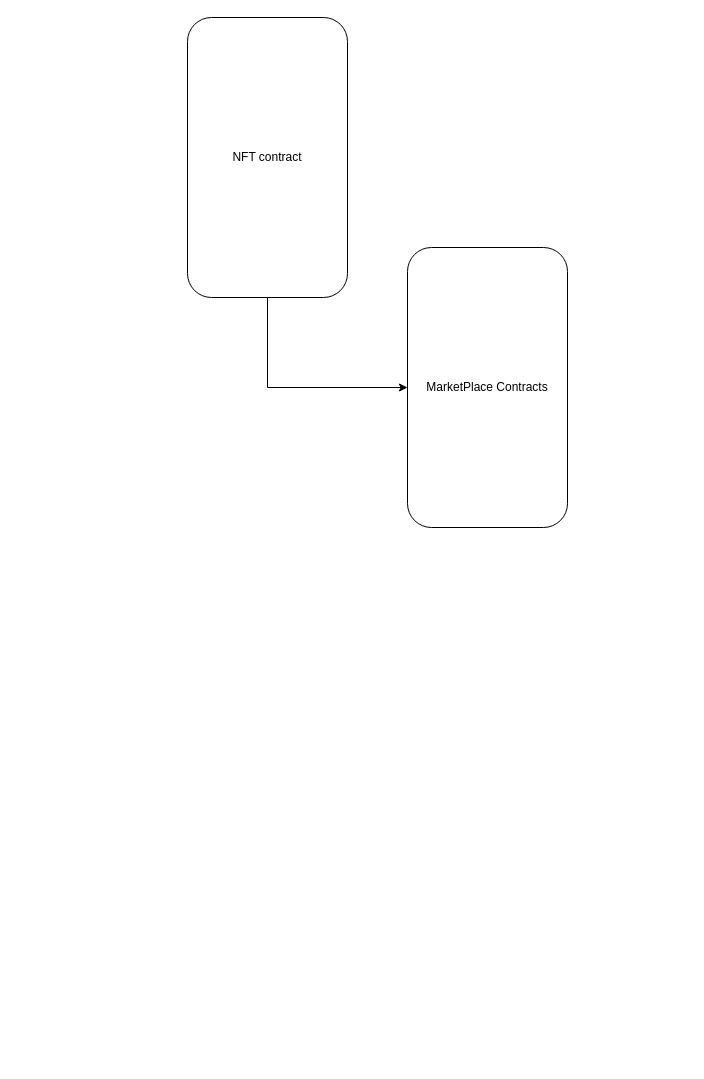
Before: page "Contracts" (3 of 4) of Project.drawio in ChanX21/Project-Diagrams, a draw.io diagram. Source tidied: cells renumbered, new cells numbered last; positions are measured from the earlier drawing's top-left corner, leaving out a move shared by most shapes. Both pictures are drawn from the tidied source at 100%, with x=0, y=0 at pixel (187, 17).
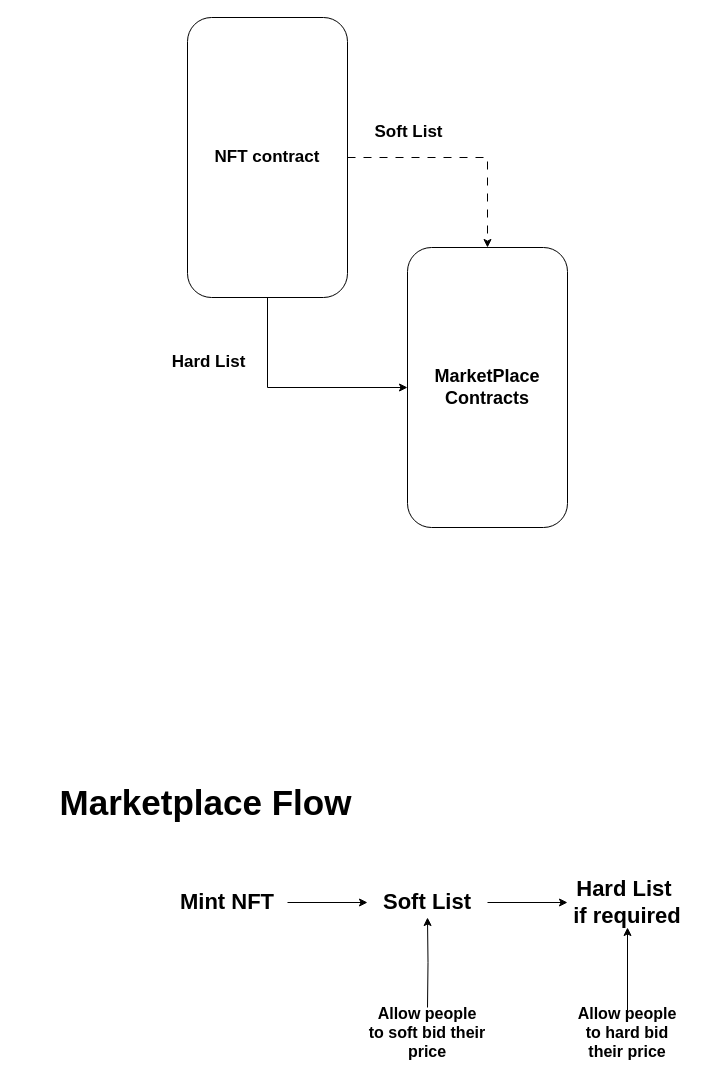
After the change.

What changed in the source:
```diff
@@
 <mxGraphModel>
   <root>
     <mxCell id="0" />
     <mxCell id="1" parent="0" />
-    <mxCell id="2" value="MarketPlace Contracts" style="rounded=1;whiteSpace=wrap;html=1;" parent="1" vertex="1">
+    <mxCell id="2" value="&lt;b&gt;&lt;font style=&quot;font-size: 18px;&quot;&gt;MarketPlace Contracts&lt;/font&gt;&lt;/b&gt;" style="rounded=1;whiteSpace=wrap;html=1;" parent="1" vertex="1">
       <mxGeometry x="220" y="230" width="160" height="280" as="geometry" />
     </mxCell>
     <mxCell id="3" style="edgeStyle=orthogonalEdgeStyle;rounded=0;jettySize=auto;html=1;exitX=0.5;exitY=1;exitDx=0;exitDy=0;" parent="1" edge="1" source="4" target="2">
       <mxGeometry relative="1" as="geometry" />
     </mxCell>
+    <mxCell id="5" style="edgeStyle=orthogonalEdgeStyle;rounded=0;jettySize=auto;html=1;exitX=1;exitY=0.5;exitDx=0;exitDy=0;entryX=0.5;entryY=0;entryDx=0;entryDy=0;dashed=1;dashPattern=8 8;" parent="1" edge="1" source="4" target="2">
+      <mxGeometry relative="1" as="geometry" />
+    </mxCell>
-    <mxCell id="4" value="NFT contract" style="rounded=1;whiteSpace=wrap;html=1;" parent="1" vertex="1">
+    <mxCell id="4" value="&lt;b&gt;&lt;font style=&quot;font-size: 17px;&quot;&gt;NFT contract&lt;/font&gt;&lt;/b&gt;" style="rounded=1;whiteSpace=wrap;html=1;" parent="1" vertex="1">
       <mxGeometry width="160" height="280" as="geometry" />
     </mxCell>
+    <mxCell id="6" value="Marketplace Flow" style="text;html=1;align=center;verticalAlign=middle;whiteSpace=wrap;rounded=0;fontStyle=1;fontSize=35;" parent="1" vertex="1">
+      <mxGeometry x="-170" y="770" width="377" height="30" as="geometry" />
+    </mxCell>
+    <mxCell id="7" style="edgeStyle=orthogonalEdgeStyle;rounded=0;jettySize=auto;html=1;" parent="1" edge="1" source="8" target="10">
+      <mxGeometry relative="1" as="geometry" />
+    </mxCell>
+    <mxCell id="8" value="&lt;font style=&quot;font-size: 22px;&quot;&gt;Mint NFT&lt;/font&gt;" style="text;html=1;align=center;verticalAlign=middle;whiteSpace=wrap;rounded=0;fontStyle=1;" parent="1" vertex="1">
+      <mxGeometry x="-20" y="870" width="120" height="30" as="geometry" />
+    </mxCell>
+    <mxCell id="9" style="edgeStyle=orthogonalEdgeStyle;rounded=0;jettySize=auto;html=1;" parent="1" edge="1" source="10" target="11">
+      <mxGeometry relative="1" as="geometry" />
+    </mxCell>
+    <mxCell id="10" value="&lt;font style=&quot;font-size: 22px;&quot;&gt;Soft List&lt;/font&gt;" style="text;html=1;align=center;verticalAlign=middle;whiteSpace=wrap;rounded=0;fontStyle=1;" parent="1" vertex="1">
+      <mxGeometry x="180" y="870" width="120" height="30" as="geometry" />
+    </mxCell>
+    <mxCell id="11" value="&lt;font style=&quot;font-size: 22px;&quot;&gt;Hard List&amp;nbsp;&lt;/font&gt;&lt;div&gt;&lt;font style=&quot;font-size: 22px;&quot;&gt;if required&lt;/font&gt;&lt;/div&gt;" style="text;html=1;align=center;verticalAlign=middle;whiteSpace=wrap;rounded=0;fontStyle=1;" parent="1" vertex="1">
+      <mxGeometry x="380" y="870" width="120" height="30" as="geometry" />
+    </mxCell>
+    <mxCell id="12" value="&lt;span&gt;Soft List&lt;/span&gt;" style="text;html=1;align=center;verticalAlign=middle;whiteSpace=wrap;rounded=0;fontSize=17;fontStyle=1;" parent="1" vertex="1">
+      <mxGeometry x="170" y="100" width="103" height="30" as="geometry" />
+    </mxCell>
+    <mxCell id="13" value="Hard List" style="text;html=1;align=center;verticalAlign=middle;whiteSpace=wrap;rounded=0;fontSize=17;fontStyle=1;" parent="1" vertex="1">
+      <mxGeometry x="-30" y="330" width="103" height="30" as="geometry" />
+    </mxCell>
+    <mxCell id="14" style="edgeStyle=orthogonalEdgeStyle;rounded=0;jettySize=auto;html=1;entryX=0.5;entryY=1;entryDx=0;entryDy=0;" parent="1" edge="1" target="10">
+      <mxGeometry relative="1" as="geometry">
+        <mxPoint x="240" y="990" as="sourcePoint" />
+      </mxGeometry>
+    </mxCell>
+    <mxCell id="15" value="&lt;font style=&quot;font-size: 16px;&quot;&gt;Allow people to soft bid their price&lt;/font&gt;" style="text;html=1;align=center;verticalAlign=middle;whiteSpace=wrap;rounded=0;fontStyle=1;" parent="1" vertex="1">
+      <mxGeometry x="180" y="1000" width="120" height="30" as="geometry" />
+    </mxCell>
+    <mxCell id="16" style="edgeStyle=orthogonalEdgeStyle;rounded=0;jettySize=auto;html=1;" parent="1" edge="1" source="17">
+      <mxGeometry relative="1" as="geometry">
+        <mxPoint x="440" y="910" as="targetPoint" />
+      </mxGeometry>
+    </mxCell>
+    <mxCell id="17" value="&lt;font style=&quot;font-size: 16px;&quot;&gt;Allow people to hard bid their price&lt;/font&gt;" style="text;html=1;align=center;verticalAlign=middle;whiteSpace=wrap;rounded=0;fontStyle=1;" parent="1" vertex="1">
+      <mxGeometry x="380" y="1000" width="120" height="30" as="geometry" />
+    </mxCell>
   </root>
 </mxGraphModel>
```
